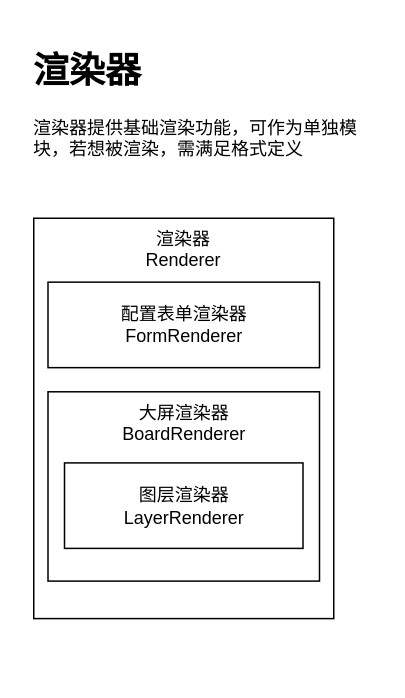
This is docs/design.drawio from babyhzz/h-editor, a draw.io file, before an edit. Source tidied: cells renumbered, new cells numbered last; positions are measured from the earlier drawing's top-left corner, leaving out a move shared by most shapes. Both pictures are drawn from the tidied source at 150%, with x=0, y=0 at pixel (26, 40).
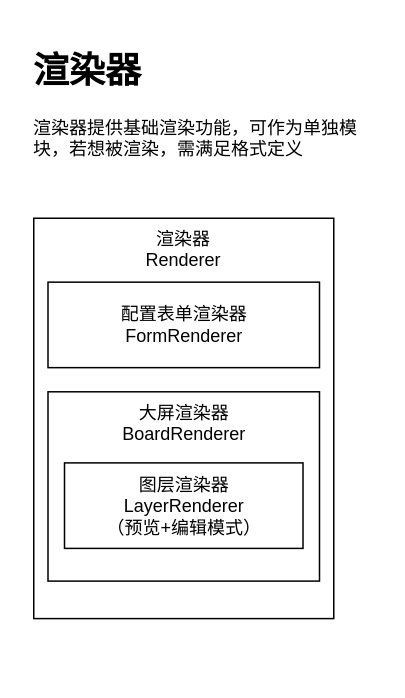
The same page after the edit.

Change to the diagram source:
```diff
@@
 <mxGraphModel>
   <root>
     <mxCell id="0" />
     <mxCell id="1" parent="0" />
     <mxCell id="2" value="&lt;h1&gt;渲染器&lt;/h1&gt;&lt;div&gt;渲染器提供基础渲染功能，可作为单独模块，若想被渲染，需满足格式定义&lt;/div&gt;" style="text;html=1;strokeColor=none;fillColor=none;spacing=5;spacingTop=-20;whiteSpace=wrap;overflow=hidden;rounded=0;" parent="1" vertex="1">
       <mxGeometry width="236" height="120" as="geometry" />
     </mxCell>
     <mxCell id="3" style="group;" parent="1" vertex="1">
       <mxGeometry x="5" y="118" width="200" height="303" as="geometry" />
     </mxCell>
     <mxCell id="4" value="渲染器&lt;br&gt;Renderer" style="rounded=0;whiteSpace=wrap;html=1;labelPosition=center;verticalLabelPosition=middle;align=center;verticalAlign=top;" parent="3" vertex="1">
       <mxGeometry width="200" height="266.9" as="geometry" />
     </mxCell>
     <mxCell id="5" value="配置表单渲染器&lt;br&gt;FormRenderer" style="rounded=0;whiteSpace=wrap;html=1;" parent="3" vertex="1">
       <mxGeometry x="9.5" y="42.6" width="181" height="57" as="geometry" />
     </mxCell>
     <mxCell id="6" value="大屏渲染器&lt;br&gt;BoardRenderer" style="rounded=0;whiteSpace=wrap;html=1;horizontal=1;labelPosition=center;verticalLabelPosition=middle;align=center;verticalAlign=top;" parent="3" vertex="1">
       <mxGeometry x="9.5" y="115.7" width="181" height="126.2" as="geometry" />
     </mxCell>
-    <mxCell id="7" value="图层渲染器&lt;br&gt;LayerRenderer" style="rounded=0;whiteSpace=wrap;html=1;" parent="3" vertex="1">
+    <mxCell id="7" value="图层渲染器&lt;br&gt;LayerRenderer&lt;br&gt;（预览+编辑模式）" style="rounded=0;whiteSpace=wrap;html=1;" parent="3" vertex="1">
       <mxGeometry x="20.5" y="163.1" width="159" height="57" as="geometry" />
     </mxCell>
   </root>
 </mxGraphModel>
```
